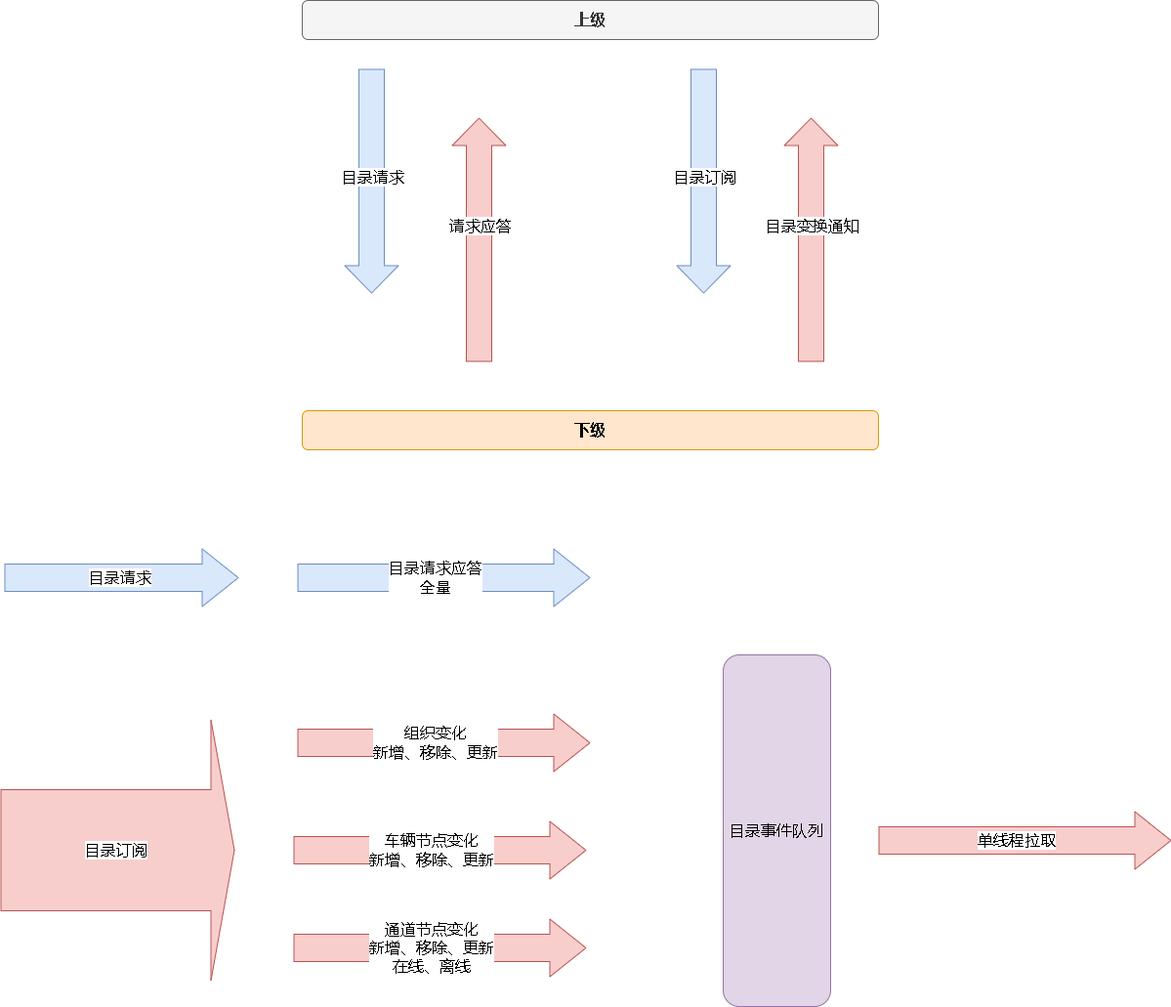
Before: 28181.drawio.png, a diagram exported from draw.io (xktder/draw). Source tidied: cells renumbered, new cells last; positions are measured from the earlier drawing's top-left corner, leaving out a move shared by most shapes.
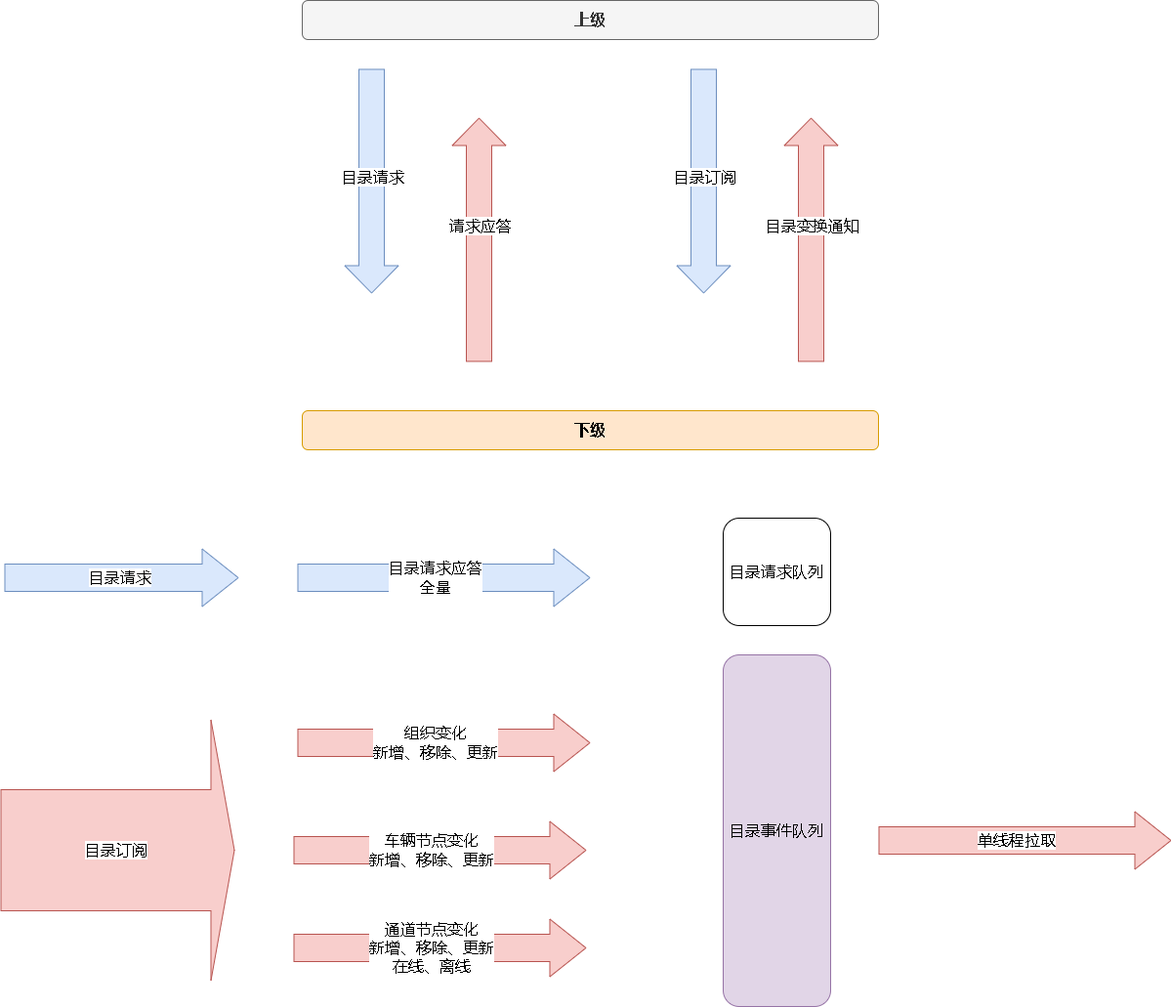
After the change.

Change to the diagram source:
```diff
@@ -132,5 +132,8 @@
         <mxPoint x="25" as="offset" />
       </mxGeometry>
     </mxCell>
+    <mxCell id="27" value="目录请求队列" style="rounded=1;whiteSpace=wrap;html=1;fontSize=16;" parent="1" vertex="1">
+      <mxGeometry x="740" y="530" width="110" height="110" as="geometry" />
+    </mxCell>
   </root>
 </mxGraphModel>
```
